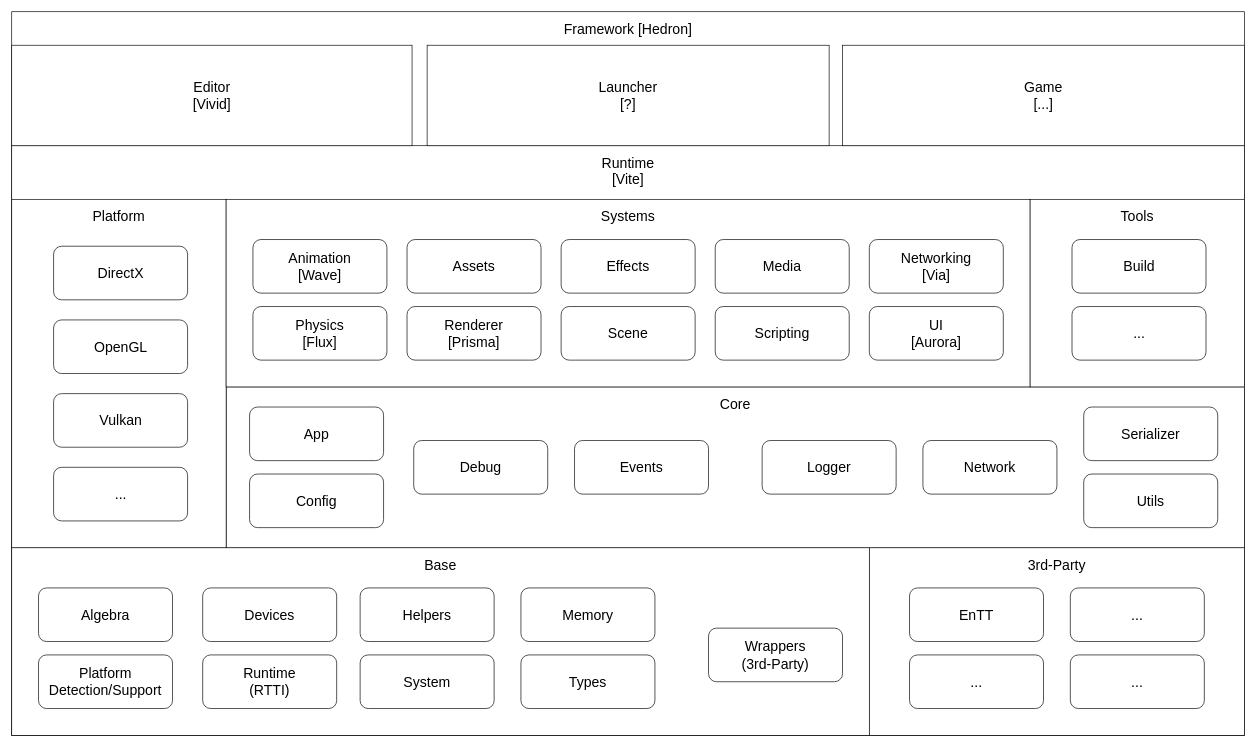
Earlier version of the draw.io diagram Guide/Concept/Architecture.drawio (dodecai/hedron). Source tidied: cells renumbered, new cells numbered last; positions are measured from the earlier drawing's top-left corner, leaving out a move shared by most shapes. Both pictures are drawn from the tidied source at 67%, with x=0, y=0 at pixel (11, 11).
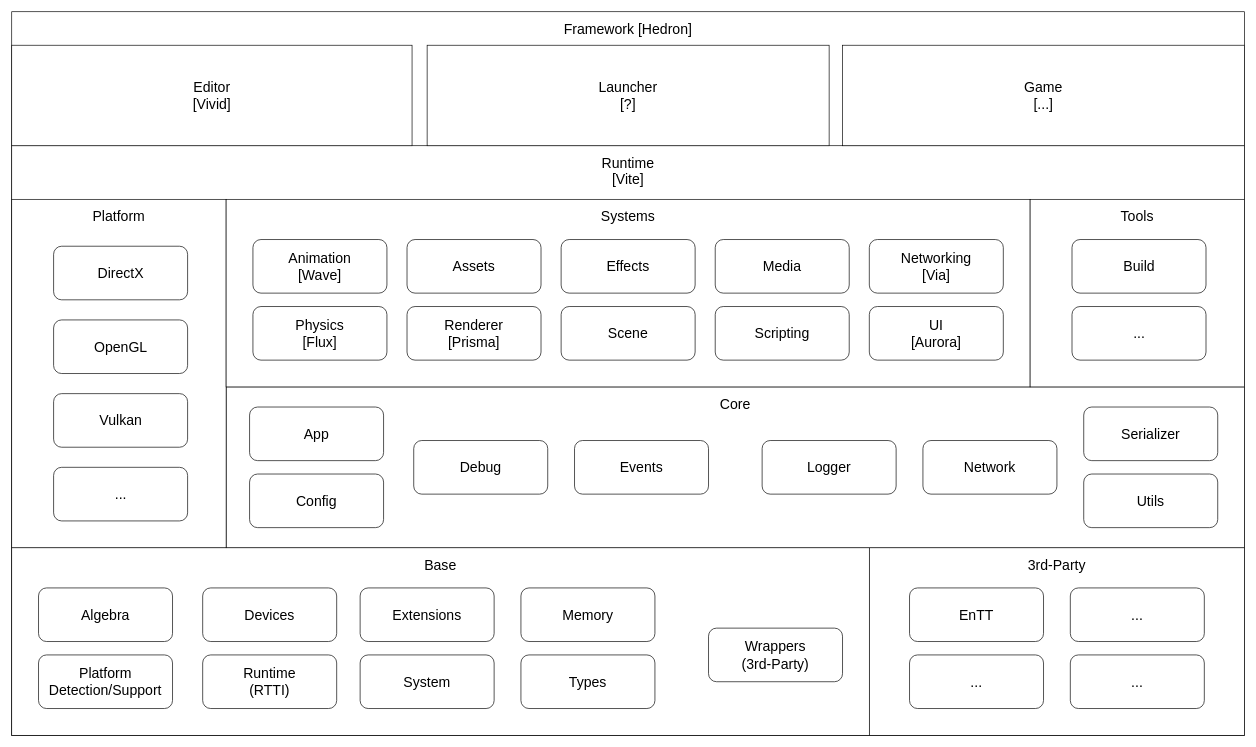
After the change.

Diff of the diagram source:
```diff
@@
-    <mxCell id="29" value="Helpers" style="rounded=1;whiteSpace=wrap;html=1;spacing=8;fontSize=21;horizontal=1;verticalAlign=middle;fillColor=default;" parent="1" vertex="1">
+    <mxCell id="29" value="Extensions" style="rounded=1;whiteSpace=wrap;html=1;spacing=8;fontSize=21;horizontal=1;verticalAlign=middle;fillColor=default;" parent="1" vertex="1">
       <mxGeometry x="520" y="860" width="200" height="80" as="geometry" />
     </mxCell>
```
